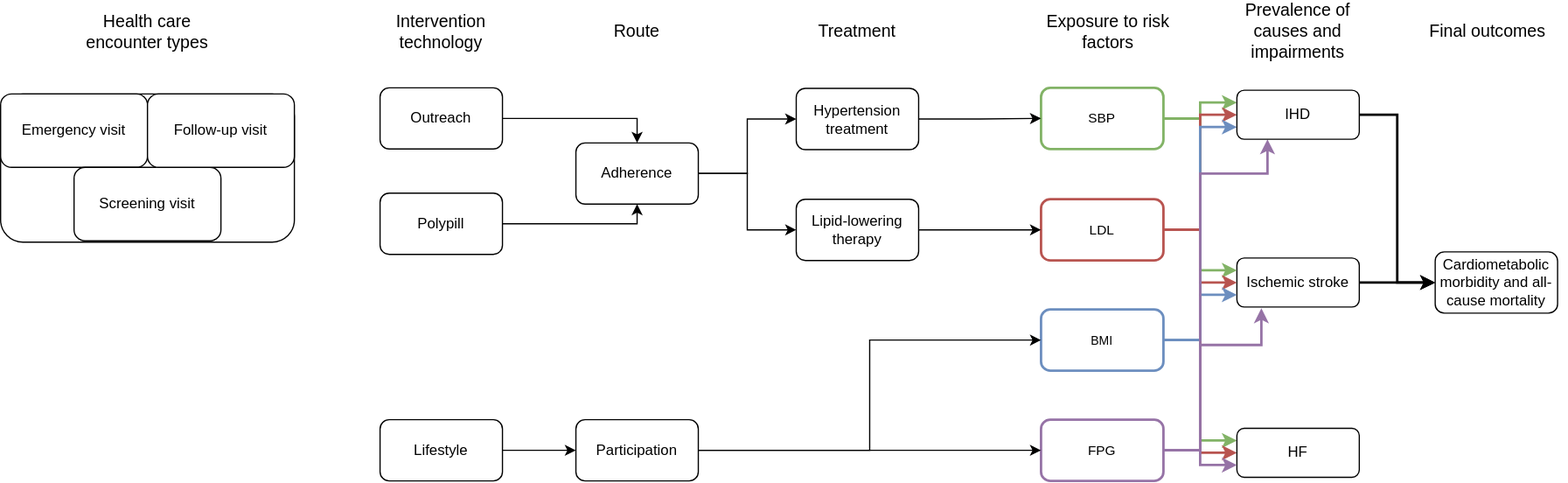
Before: docs/source/concept_models/vivarium_us_cvd/concept_model_v3.svg, a diagram exported from draw.io (ihmeuw/vivarium_research). Source tidied: cells renumbered, new cells last; positions are measured from the earlier drawing's top-left corner, leaving out a move shared by most shapes.
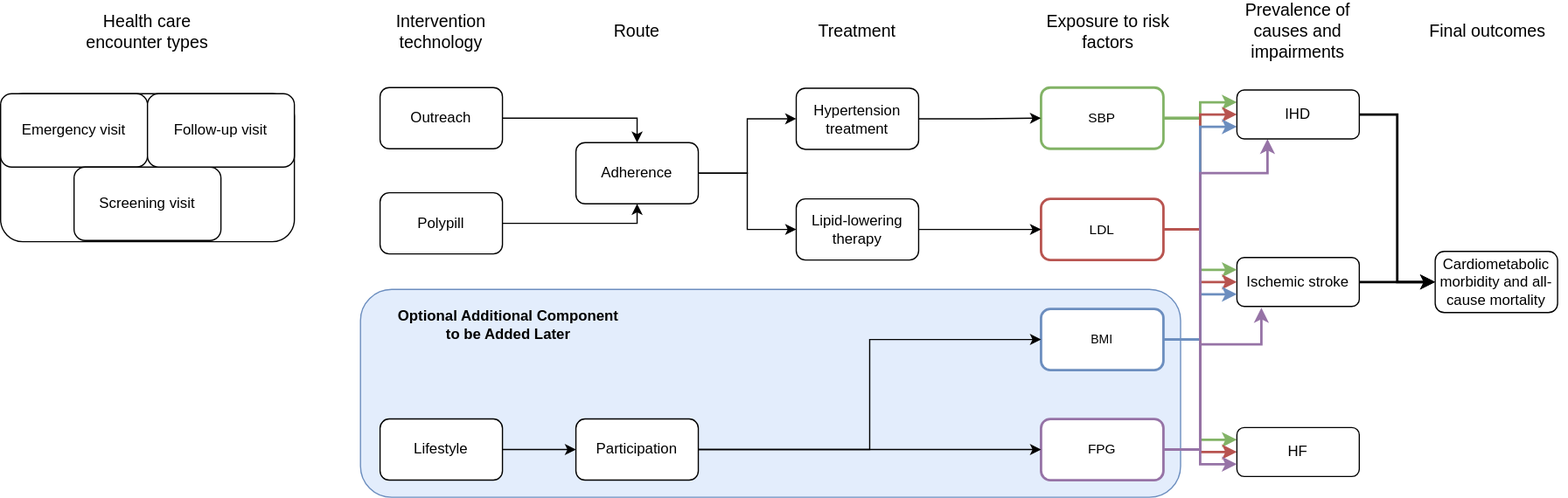
After the commit.

The edit, as a diff of the source:
```diff
@@ -2,6 +2,9 @@
   <root>
     <mxCell id="0" />
     <mxCell id="1" parent="0" />
+    <mxCell id="50" style="rounded=1;whiteSpace=wrap;html=1;fillColor=#E3EDFC;strokeColor=#6c8ebf;" parent="1" vertex="1">
+      <mxGeometry x="294" y="221" width="670" height="170" as="geometry" />
+    </mxCell>
     <mxCell id="2" value="Ischemic stroke" style="rounded=1;whiteSpace=wrap;html=1;fillColor=none;" parent="1" vertex="1">
       <mxGeometry x="1010" y="195" width="100" height="40" as="geometry" />
     </mxCell>
@@ -44,7 +47,7 @@
     <mxCell id="15" style="edgeStyle=orthogonalEdgeStyle;rounded=0;jettySize=auto;html=1;exitX=1;exitY=0.5;exitDx=0;exitDy=0;entryX=0;entryY=0.75;entryDx=0;entryDy=0;strokeWidth=2;fillColor=#dae8fc;strokeColor=#6c8ebf;" parent="1" edge="1" source="16" target="2">
       <mxGeometry relative="1" as="geometry" />
     </mxCell>
-    <mxCell id="16" value="&lt;font style=&quot;font-size: 10px&quot;&gt;BMI&lt;/font&gt;" style="rounded=1;whiteSpace=wrap;html=1;strokeColor=#6c8ebf;fillColor=none;strokeWidth=2;" parent="1" vertex="1">
+    <mxCell id="16" value="&lt;font style=&quot;font-size: 10px&quot;&gt;BMI&lt;/font&gt;" style="rounded=1;whiteSpace=wrap;html=1;strokeColor=#6c8ebf;fillColor=default;strokeWidth=2;" parent="1" vertex="1">
       <mxGeometry x="850" y="237" width="100" height="50" as="geometry" />
     </mxCell>
     <mxCell id="17" style="edgeStyle=orthogonalEdgeStyle;rounded=0;jettySize=auto;html=1;exitX=1;exitY=0.5;exitDx=0;exitDy=0;strokeWidth=2;fillColor=#e1d5e7;strokeColor=#9673a6;" parent="1" edge="1" source="19">
@@ -66,7 +69,7 @@
         </Array>
       </mxGeometry>
     </mxCell>
-    <mxCell id="19" value="&lt;font style=&quot;font-size: 11px&quot;&gt;FPG&lt;/font&gt;" style="rounded=1;whiteSpace=wrap;html=1;strokeColor=#9673a6;fillColor=none;strokeWidth=2;" parent="1" vertex="1">
+    <mxCell id="19" value="&lt;font style=&quot;font-size: 11px&quot;&gt;FPG&lt;/font&gt;" style="rounded=1;whiteSpace=wrap;html=1;strokeColor=#9673a6;fillColor=default;strokeWidth=2;" parent="1" vertex="1">
       <mxGeometry x="850" y="327" width="100" height="50" as="geometry" />
     </mxCell>
     <mxCell id="20" style="edgeStyle=orthogonalEdgeStyle;rounded=0;jettySize=auto;html=1;exitX=1;exitY=0.5;exitDx=0;exitDy=0;entryX=0;entryY=0.5;entryDx=0;entryDy=0;strokeWidth=2;" parent="1" edge="1" source="21" target="23">
@@ -163,5 +166,8 @@
     <mxCell id="49" style="rounded=0;jettySize=auto;html=1;exitX=1;exitY=0.5;exitDx=0;exitDy=0;entryX=0;entryY=0.75;entryDx=0;entryDy=0;strokeWidth=2;fillColor=#e1d5e7;strokeColor=#9673a6;edgeStyle=orthogonalEdgeStyle;" parent="1" edge="1" source="19" target="24">
       <mxGeometry relative="1" as="geometry" />
     </mxCell>
+    <mxCell id="51" value="Optional Additional Component to be Added Later" style="text;html=1;strokeColor=none;fillColor=none;align=center;verticalAlign=middle;whiteSpace=wrap;rounded=0;fontStyle=1;" parent="1" vertex="1">
+      <mxGeometry x="320" y="235" width="190" height="30" as="geometry" />
+    </mxCell>
   </root>
 </mxGraphModel>
```
